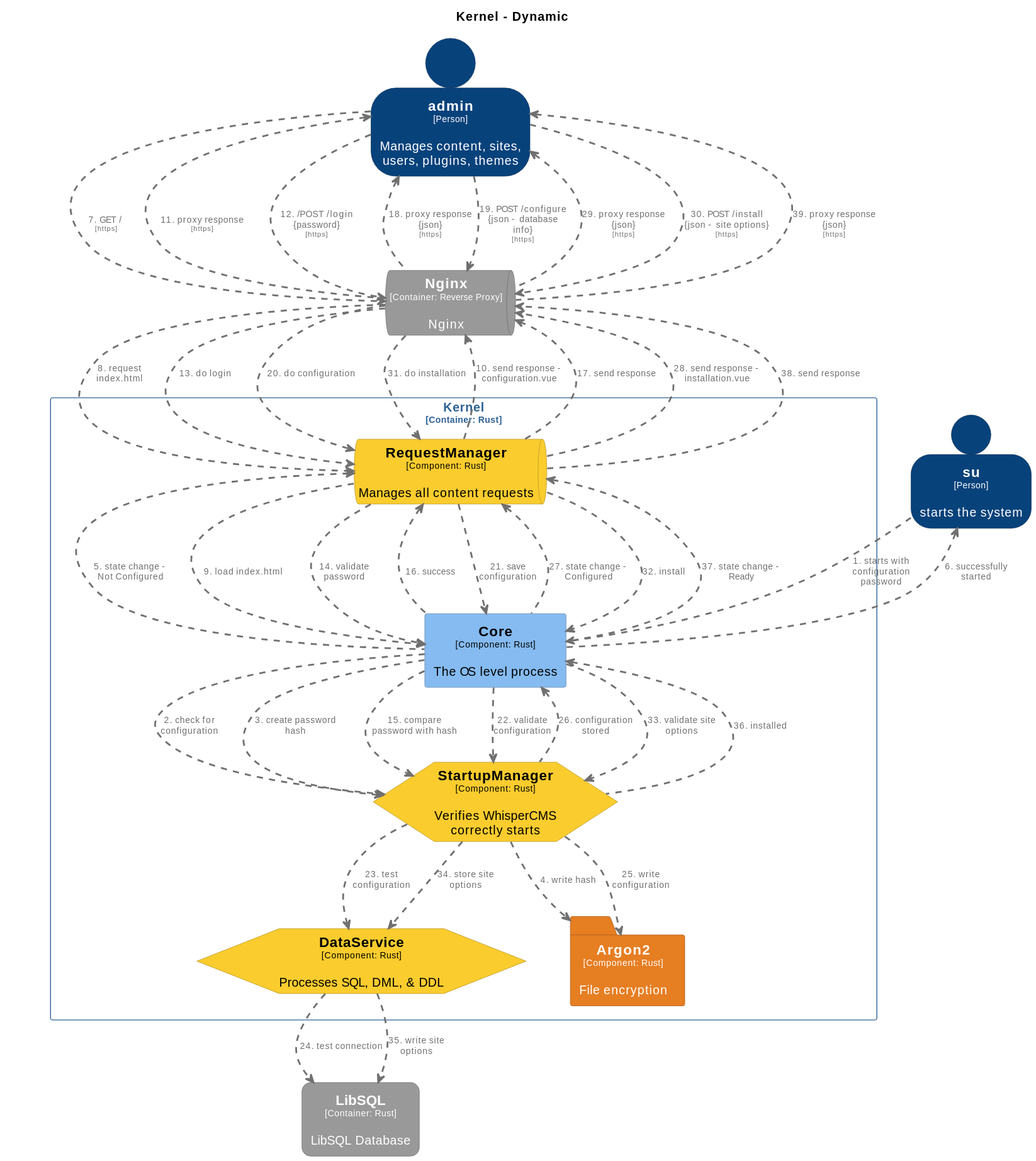
Earlier version of the PlantUML export docs/diagrams/structurizr-WhisperCMS-Installation-Sequence.svg (CoderByBlood/whisper-cms).
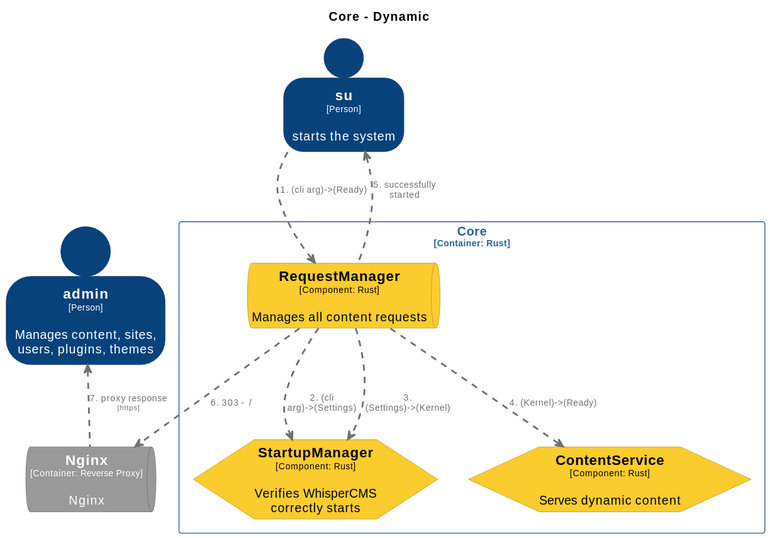
After the change.

Change to the diagram source:
```diff
@@ -1,6 +1,6 @@
 @startuml
 set separator none
-title Kernel - Dynamic
+title Core - Dynamic
 
 top to bottom direction
 
@@ -13,29 +13,10 @@
 
 hide stereotype
 
-skinparam folder<<WhisperCMS.Kernel.Argon2>> {
-  BackgroundColor #e67e22
-  FontColor #ffffff
-  BorderColor #a15817
-  shadowing false
-}
-skinparam rectangle<<WhisperCMS.Kernel.Core>> {
-  BackgroundColor #85bbf0
-  FontColor #000000
-  BorderColor #5d82a8
-  shadowing false
-}
-skinparam hexagon<<WhisperCMS.Kernel.DataService>> {
+skinparam hexagon<<WhisperCMS.Core.ContentService>> {
   BackgroundColor #facc2e
   FontColor #000000
   BorderColor #af8e20
-  shadowing false
-}
-skinparam rectangle<<WhisperCMS.LibSQL>> {
-  BackgroundColor #999999
-  FontColor #ffffff
-  BorderColor #6b6b6b
-  roundCorner 20
   shadowing false
 }
 skinparam queue<<WhisperCMS.Nginx>> {
@@ -44,13 +25,13 @@
   BorderColor #6b6b6b
   shadowing false
 }
-skinparam queue<<WhisperCMS.Kernel.RequestManager>> {
+skinparam queue<<WhisperCMS.Core.RequestManager>> {
   BackgroundColor #facc2e
   FontColor #000000
   BorderColor #af8e20
   shadowing false
 }
-skinparam hexagon<<WhisperCMS.Kernel.StartupManager>> {
+skinparam hexagon<<WhisperCMS.Core.StartupManager>> {
   BackgroundColor #facc2e
   FontColor #000000
   BorderColor #af8e20
@@ -68,62 +49,27 @@
   BorderColor #052e56
   shadowing false
 }
-skinparam rectangle<<WhisperCMS.Kernel>> {
+skinparam rectangle<<WhisperCMS.Core>> {
   BorderColor #2e6295
   FontColor #2e6295
   shadowing false
 }
 
-rectangle "Kernel\n<size:10>[Container: Rust]</size>" <<WhisperCMS.Kernel>> {
-  hexagon "==DataService\n<size:10>[Component: Rust]</size>\n\nProcesses SQL, DML, & DDL" <<WhisperCMS.Kernel.DataService>> as WhisperCMS.Kernel.DataService
-  hexagon "==StartupManager\n<size:10>[Component: Rust]</size>\n\nVerifies WhisperCMS correctly starts" <<WhisperCMS.Kernel.StartupManager>> as WhisperCMS.Kernel.StartupManager
-  queue "==RequestManager\n<size:10>[Component: Rust]</size>\n\nManages all content requests" <<WhisperCMS.Kernel.RequestManager>> as WhisperCMS.Kernel.RequestManager
-  folder "==Argon2\n<size:10>[Component: Rust]</size>\n\nFile encryption" <<WhisperCMS.Kernel.Argon2>> as WhisperCMS.Kernel.Argon2
-  rectangle "==Core\n<size:10>[Component: Rust]</size>\n\nThe OS level process" <<WhisperCMS.Kernel.Core>> as WhisperCMS.Kernel.Core
+rectangle "Core\n<size:10>[Container: Rust]</size>" <<WhisperCMS.Core>> {
+  hexagon "==StartupManager\n<size:10>[Component: Rust]</size>\n\nVerifies WhisperCMS correctly starts" <<WhisperCMS.Core.StartupManager>> as WhisperCMS.Core.StartupManager
+  queue "==RequestManager\n<size:10>[Component: Rust]</size>\n\nManages all content requests" <<WhisperCMS.Core.RequestManager>> as WhisperCMS.Core.RequestManager
+  hexagon "==ContentService\n<size:10>[Component: Rust]</size>\n\nServes dynamic content" <<WhisperCMS.Core.ContentService>> as WhisperCMS.Core.ContentService
 }
 
 person "==admin\n<size:10>[Person]</size>\n\nManages content, sites, users, plugins, themes" <<admin>> as admin
 person "==su\n<size:10>[Person]</size>\n\nstarts the system" <<su>> as su
 queue "==Nginx\n<size:10>[Container: Reverse Proxy]</size>\n\nNginx" <<WhisperCMS.Nginx>> as WhisperCMS.Nginx
-rectangle "==LibSQL\n<size:10>[Container: Rust]</size>\n\nLibSQL Database" <<WhisperCMS.LibSQL>> as WhisperCMS.LibSQL
 
-su .[#707070,thickness=2].> WhisperCMS.Kernel.Core : "<color:#707070>1. starts with configuration password"
-WhisperCMS.Kernel.Core .[#707070,thickness=2].> WhisperCMS.Kernel.StartupManager : "<color:#707070>2. check for configuration"
-WhisperCMS.Kernel.Core .[#707070,thickness=2].> WhisperCMS.Kernel.StartupManager : "<color:#707070>3. create password hash"
-WhisperCMS.Kernel.StartupManager .[#707070,thickness=2].> WhisperCMS.Kernel.Argon2 : "<color:#707070>4. write hash"
-WhisperCMS.Kernel.RequestManager <.[#707070,thickness=2]. WhisperCMS.Kernel.Core : "<color:#707070>5. state change - Not Configured"
-su <.[#707070,thickness=2]. WhisperCMS.Kernel.Core : "<color:#707070>6. successfully started"
-admin .[#707070,thickness=2].> WhisperCMS.Nginx : "<color:#707070>7. GET /\n<color:#707070><size:8>[https]</size>"
-WhisperCMS.Nginx .[#707070,thickness=2].> WhisperCMS.Kernel.RequestManager : "<color:#707070>8. request index.html"
-WhisperCMS.Kernel.RequestManager .[#707070,thickness=2].> WhisperCMS.Kernel.Core : "<color:#707070>9. load index.html"
-WhisperCMS.Kernel.RequestManager .[#707070,thickness=2].> WhisperCMS.Nginx : "<color:#707070>10. send response - configuration.vue"
-admin <.[#707070,thickness=2]. WhisperCMS.Nginx : "<color:#707070>11. proxy response\n<color:#707070><size:8>[https]</size>"
-admin .[#707070,thickness=2].> WhisperCMS.Nginx : "<color:#707070>12. /POST /login {password}\n<color:#707070><size:8>[https]</size>"
-WhisperCMS.Nginx .[#707070,thickness=2].> WhisperCMS.Kernel.RequestManager : "<color:#707070>13. do login"
-WhisperCMS.Kernel.RequestManager .[#707070,thickness=2].> WhisperCMS.Kernel.Core : "<color:#707070>14. validate password"
-WhisperCMS.Kernel.Core .[#707070,thickness=2].> WhisperCMS.Kernel.StartupManager : "<color:#707070>15. compare password with hash"
-WhisperCMS.Kernel.RequestManager <.[#707070,thickness=2]. WhisperCMS.Kernel.Core : "<color:#707070>16. success"
-WhisperCMS.Kernel.RequestManager .[#707070,thickness=2].> WhisperCMS.Nginx : "<color:#707070>17. send response"
-admin <.[#707070,thickness=2]. WhisperCMS.Nginx : "<color:#707070>18. proxy response {json}\n<color:#707070><size:8>[https]</size>"
-admin .[#707070,thickness=2].> WhisperCMS.Nginx : "<color:#707070>19. POST /configure {json - database info}\n<color:#707070><size:8>[https]</size>"
-WhisperCMS.Nginx .[#707070,thickness=2].> WhisperCMS.Kernel.RequestManager : "<color:#707070>20. do configuration"
-WhisperCMS.Kernel.RequestManager .[#707070,thickness=2].> WhisperCMS.Kernel.Core : "<color:#707070>21. save configuration"
-WhisperCMS.Kernel.Core .[#707070,thickness=2].> WhisperCMS.Kernel.StartupManager : "<color:#707070>22. validate configuration"
-WhisperCMS.Kernel.StartupManager .[#707070,thickness=2].> WhisperCMS.Kernel.DataService : "<color:#707070>23. test configuration"
-WhisperCMS.Kernel.DataService .[#707070,thickness=2].> WhisperCMS.LibSQL : "<color:#707070>24. test connection"
-WhisperCMS.Kernel.StartupManager .[#707070,thickness=2].> WhisperCMS.Kernel.Argon2 : "<color:#707070>25. write configuration"
-WhisperCMS.Kernel.Core <.[#707070,thickness=2]. WhisperCMS.Kernel.StartupManager : "<color:#707070>26. configuration stored"
-WhisperCMS.Kernel.RequestManager <.[#707070,thickness=2]. WhisperCMS.Kernel.Core : "<color:#707070>27. state change - Configured"
-WhisperCMS.Kernel.RequestManager .[#707070,thickness=2].> WhisperCMS.Nginx : "<color:#707070>28. send response - installation.vue"
-admin <.[#707070,thickness=2]. WhisperCMS.Nginx : "<color:#707070>29. proxy response {json}\n<color:#707070><size:8>[https]</size>"
-admin .[#707070,thickness=2].> WhisperCMS.Nginx : "<color:#707070>30. POST /install {json - site options}\n<color:#707070><size:8>[https]</size>"
-WhisperCMS.Nginx .[#707070,thickness=2].> WhisperCMS.Kernel.RequestManager : "<color:#707070>31. do installation"
-WhisperCMS.Kernel.RequestManager .[#707070,thickness=2].> WhisperCMS.Kernel.Core : "<color:#707070>32. install"
-WhisperCMS.Kernel.Core .[#707070,thickness=2].> WhisperCMS.Kernel.StartupManager : "<color:#707070>33. validate site options"
-WhisperCMS.Kernel.StartupManager .[#707070,thickness=2].> WhisperCMS.Kernel.DataService : "<color:#707070>34. store site options"
-WhisperCMS.Kernel.DataService .[#707070,thickness=2].> WhisperCMS.LibSQL : "<color:#707070>35. write site options"
-WhisperCMS.Kernel.Core <.[#707070,thickness=2]. WhisperCMS.Kernel.StartupManager : "<color:#707070>36. installed"
-WhisperCMS.Kernel.RequestManager <.[#707070,thickness=2]. WhisperCMS.Kernel.Core : "<color:#707070>37. state change - Ready"
-WhisperCMS.Kernel.RequestManager .[#707070,thickness=2].> WhisperCMS.Nginx : "<color:#707070>38. send response"
-admin <.[#707070,thickness=2]. WhisperCMS.Nginx : "<color:#707070>39. proxy response {json}\n<color:#707070><size:8>[https]</size>"
+su .[#707070,thickness=2].> WhisperCMS.Core.RequestManager : "<color:#707070>1. (cli arg)->(Ready)"
+WhisperCMS.Core.RequestManager .[#707070,thickness=2].> WhisperCMS.Core.StartupManager : "<color:#707070>2. (cli arg)->(Settings)"
+WhisperCMS.Core.RequestManager .[#707070,thickness=2].> WhisperCMS.Core.StartupManager : "<color:#707070>3. (Settings)->(Kernel)"
+WhisperCMS.Core.RequestManager .[#707070,thickness=2].> WhisperCMS.Core.ContentService : "<color:#707070>4. (Kernel)->(Ready)"
+su <.[#707070,thickness=2]. WhisperCMS.Core.RequestManager : "<color:#707070>5. successfully started"
+WhisperCMS.Core.RequestManager .[#707070,thickness=2].> WhisperCMS.Nginx : "<color:#707070>6. 303 - /"
+admin <.[#707070,thickness=2]. WhisperCMS.Nginx : "<color:#707070>7. proxy response\n<color:#707070><size:8>[https]</size>"
 @enduml
```
